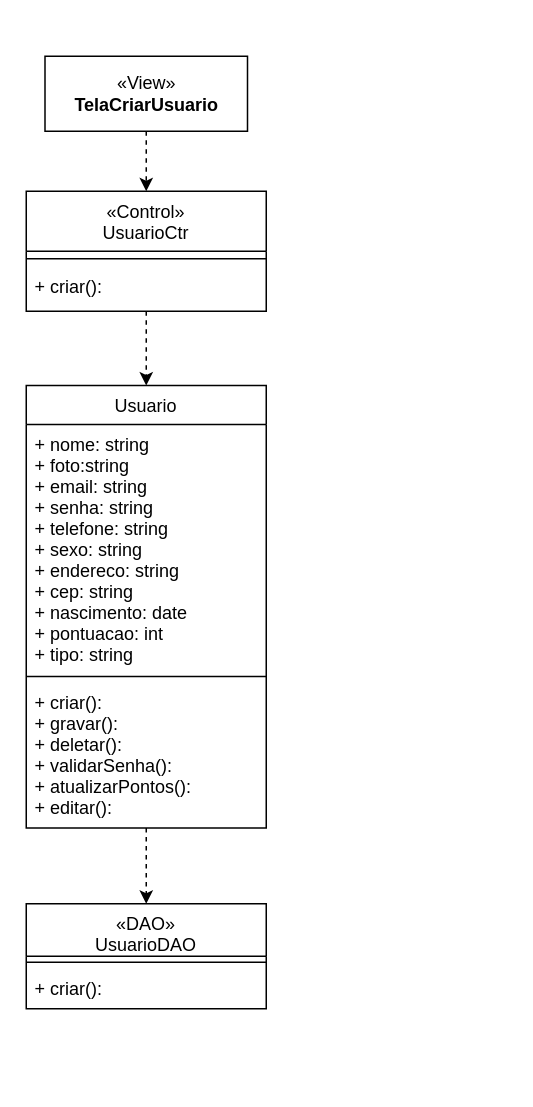
Before: Documentação/Diagramas/Diagramas de Casos de Uso/Diagrama de Caso de Uso Cadastrar Usuário.drawio in frsouzaa/Documentacao-TCC-NossaVia, a draw.io diagram. Source tidied: cells renumbered, new cells numbered last; positions are measured from the earlier drawing's top-left corner, leaving out a move shared by most shapes. Both pictures are drawn from the tidied source at 150%, with x=0, y=0 at pixel (26, 56).
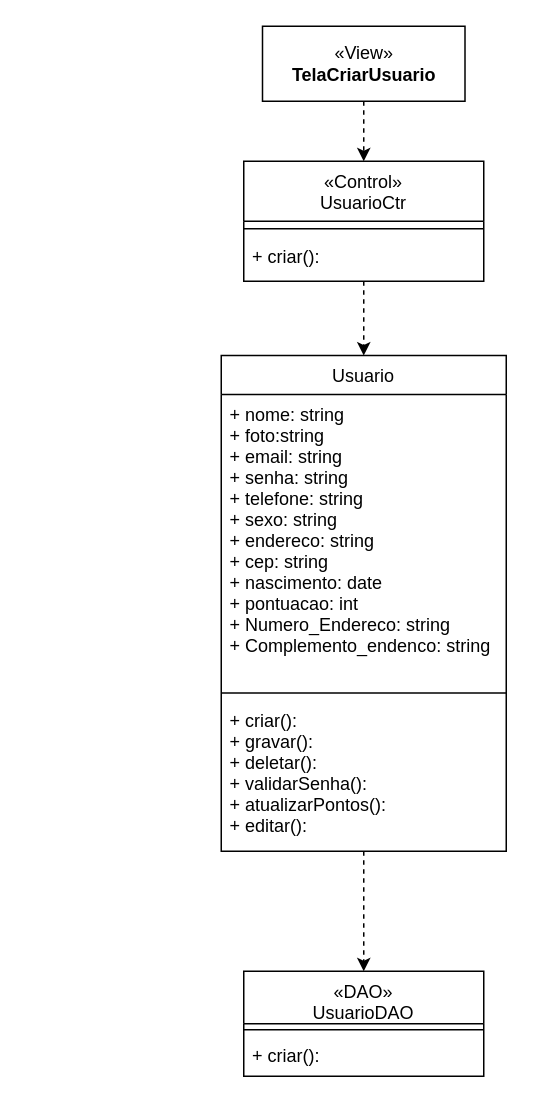
Above is the later version.

The edit, as a diff of the source:
```diff
@@
 <mxGraphModel>
   <root>
     <mxCell id="0" />
     <mxCell id="1" parent="0" />
     <mxCell id="2" style="edgeStyle=orthogonalEdgeStyle;rounded=0;jettySize=auto;html=1;exitX=0.5;exitY=1;exitDx=0;exitDy=0;entryX=0.5;entryY=0;entryDx=0;entryDy=0;dashed=1;" parent="1" edge="1" source="3" target="7">
       <mxGeometry relative="1" as="geometry" />
     </mxCell>
     <mxCell id="3" value="Usuario" style="swimlane;fontStyle=0;align=center;verticalAlign=top;horizontal=1;startSize=26;rounded=0;shadow=0;strokeWidth=1;" parent="1" vertex="1">
-      <mxGeometry y="219.5" width="160" height="295" as="geometry" />
+      <mxGeometry x="130" y="199.5" width="190" height="330.5" as="geometry" />
     </mxCell>
-    <mxCell id="4" value="+ nome: string&#10;+ foto:string&#10;+ email: string&#10;+ senha: string&#10;+ telefone: string&#10;+ sexo: string&#10;+ endereco: string&#10;+ cep: string&#10;+ nascimento: date&#10;+ pontuacao: int&#10;+ tipo: string " style="text;align=left;verticalAlign=top;spacingLeft=4;spacingRight=4;overflow=hidden;" parent="3" vertex="1">
-      <mxGeometry y="26" width="160" height="164" as="geometry" />
-    </mxCell>
-    <mxCell id="5" style="line;html=1;strokeWidth=1;align=left;verticalAlign=middle;spacingTop=-1;spacingLeft=3;spacingRight=3;labelPosition=right;" parent="3" vertex="1">
-      <mxGeometry y="190" width="160" height="8" as="geometry" />
-    </mxCell>
+    <mxCell id="16" value="+ nome: string&#10;+ foto:string&#10;+ email: string&#10;+ senha: string&#10;+ telefone: string&#10;+ sexo: string&#10;+ endereco: string&#10;+ cep: string&#10;+ nascimento: date&#10;+ pontuacao: int&#10;+ Numero_Endereco: string &#10;+ Complemento_endenco: string" style="text;align=left;verticalAlign=top;spacingLeft=4;spacingRight=4;overflow=hidden;" parent="3" vertex="1">
+      <mxGeometry y="26" width="190" height="194" as="geometry" />
+    </mxCell>
+    <mxCell id="17" style="line;html=1;strokeWidth=1;align=left;verticalAlign=middle;spacingTop=-1;spacingLeft=3;spacingRight=3;labelPosition=right;" parent="3" vertex="1">
+      <mxGeometry y="220" width="190" height="10" as="geometry" />
+    </mxCell>
     <mxCell id="6" value="+ criar(): &#10;+ gravar():&#10;+ deletar(): &#10;+ validarSenha():&#10;+ atualizarPontos():&#10;+ editar():" style="text;align=left;verticalAlign=top;spacingLeft=4;spacingRight=4;overflow=hidden;" parent="3" vertex="1">
-      <mxGeometry y="198" width="160" height="92" as="geometry" />
+      <mxGeometry y="230" width="190" height="92" as="geometry" />
     </mxCell>
     <mxCell id="7" value="«DAO»&#10;UsuarioDAO&#10;" style="swimlane;fontStyle=0;align=center;verticalAlign=top;horizontal=1;startSize=35;rounded=0;shadow=0;strokeWidth=1;" parent="1" vertex="1">
-      <mxGeometry y="565" width="160" height="70" as="geometry" />
+      <mxGeometry x="145" y="610" width="160" height="70" as="geometry" />
     </mxCell>
     <mxCell id="8" style="line;html=1;strokeWidth=1;align=left;verticalAlign=middle;spacingTop=-1;spacingLeft=3;spacingRight=3;labelPosition=right;" parent="7" vertex="1">
       <mxGeometry y="35" width="160" height="8" as="geometry" />
     </mxCell>
     <mxCell id="9" value="+ criar():" style="text;align=left;verticalAlign=top;spacingLeft=4;spacingRight=4;overflow=hidden;" parent="7" vertex="1">
       <mxGeometry y="43" width="160" height="27" as="geometry" />
     </mxCell>
     <mxCell id="10" style="edgeStyle=orthogonalEdgeStyle;rounded=0;jettySize=auto;html=1;entryX=0.5;entryY=0;entryDx=0;entryDy=0;dashed=1;" parent="1" edge="1" source="11" target="13">
       <mxGeometry relative="1" as="geometry" />
     </mxCell>
     <mxCell id="11" value="«View»&lt;br&gt;&lt;b&gt;TelaCriarUsuario&lt;br&gt;&lt;/b&gt;" style="html=1;whiteSpace=wrap;" parent="1" vertex="1">
-      <mxGeometry x="12.5" width="135" height="50" as="geometry" />
+      <mxGeometry x="157.5" y="-20" width="135" height="50" as="geometry" />
     </mxCell>
     <mxCell id="12" style="edgeStyle=orthogonalEdgeStyle;rounded=0;jettySize=auto;html=1;exitX=0.5;exitY=1;exitDx=0;exitDy=0;dashed=1;entryX=0.5;entryY=0;entryDx=0;entryDy=0;" parent="1" edge="1" source="13" target="3">
       <mxGeometry relative="1" as="geometry" />
     </mxCell>
     <mxCell id="13" value="«Control»&#10;UsuarioCtr" style="swimlane;fontStyle=0;align=center;verticalAlign=top;horizontal=1;startSize=40;rounded=0;shadow=0;strokeWidth=1;" parent="1" vertex="1">
-      <mxGeometry y="90" width="160" height="80" as="geometry" />
+      <mxGeometry x="145" y="70" width="160" height="80" as="geometry" />
     </mxCell>
     <mxCell id="14" style="line;html=1;strokeWidth=1;align=left;verticalAlign=middle;spacingTop=-1;spacingLeft=3;spacingRight=3;labelPosition=right;" parent="13" vertex="1">
       <mxGeometry y="40" width="160" height="10" as="geometry" />
     </mxCell>
     <mxCell id="15" value="+ criar():&#10;" style="text;align=left;verticalAlign=top;spacingLeft=4;spacingRight=4;overflow=hidden;" parent="13" vertex="1">
       <mxGeometry y="50" width="160" height="30" as="geometry" />
     </mxCell>
   </root>
 </mxGraphModel>
```
